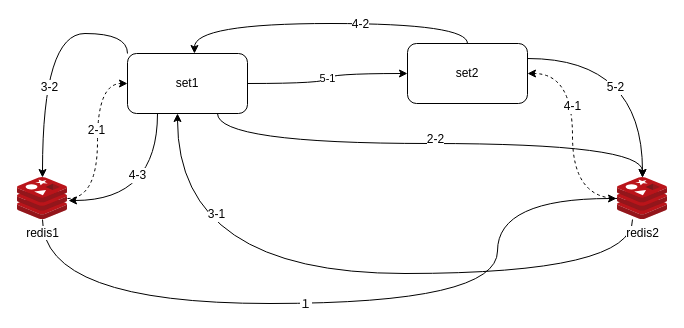
Earlier version of the draw.io diagram doc/img/Two-way_synchronization.drawio (TraceNature/redissyncer-server). Source tidied: cells renumbered, new cells numbered last; positions are measured from the earlier drawing's top-left corner, leaving out a move shared by most shapes. Both pictures are drawn from the tidied source at 100%, with x=0, y=0 at pixel (17, 43).
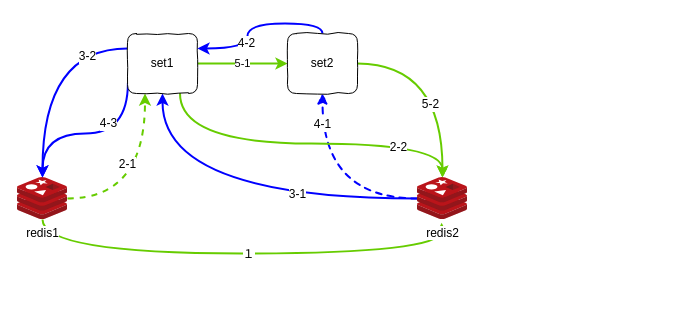
After the change.

The change refers to these unchanged cells:
```xml
<mxCell id="6" value="redis1" style="html=1;points=[];align=center;image;fontSize=12;image=img/lib/mscae/Cache_Redis_Product.svg;" parent="1" vertex="1">
  <mxGeometry y="134" width="50" height="42" as="geometry" />
</mxCell>
```

Diff of the diagram source:
```diff
@@
-    <mxCell id="2" style="edgeStyle=orthogonalEdgeStyle;rounded=0;jettySize=auto;html=1;entryX=-0.02;entryY=0.5;entryDx=0;entryDy=0;entryPerimeter=0;curved=1;" parent="1" edge="1" source="6" target="11">
+    <mxCell id="2" style="edgeStyle=orthogonalEdgeStyle;rounded=0;jettySize=auto;html=1;curved=1;entryX=0.483;entryY=1.078;entryDx=0;entryDy=0;entryPerimeter=0;strokeWidth=2;strokeColor=#66CC00;" parent="1" edge="1" source="6" target="11">
       <mxGeometry relative="1" as="geometry">
         <Array as="points">
-          <mxPoint x="25" y="260" />
-          <mxPoint x="480" y="260" />
-          <mxPoint x="480" y="155" />
+          <mxPoint x="25" y="210" />
+          <mxPoint x="424" y="210" />
         </Array>
       </mxGeometry>
     </mxCell>
     <mxCell id="3" value="１" style="text;html=1;align=center;verticalAlign=middle;labelBackgroundColor=#ffffff;" parent="2" vertex="1">
       <mxGeometry x="0.18" y="2" relative="1" as="geometry">
-        <mxPoint x="-104" y="2" as="offset" />
+        <mxPoint x="-34.9" y="2" as="offset" />
       </mxGeometry>
     </mxCell>
-    <mxCell id="4" style="edgeStyle=orthogonalEdgeStyle;curved=1;rounded=0;jettySize=auto;html=1;entryX=0;entryY=0.5;entryDx=0;entryDy=0;dashed=1;" parent="1" edge="1" source="6" target="19">
+    <mxCell id="4" style="edgeStyle=orthogonalEdgeStyle;curved=1;rounded=0;jettySize=auto;html=1;entryX=0.25;entryY=1;entryDx=0;entryDy=0;dashed=1;strokeWidth=2;strokeColor=#66CC00;" parent="1" edge="1" source="6" target="19">
       <mxGeometry relative="1" as="geometry" />
     </mxCell>
     <mxCell id="5" value="2-1" style="text;html=1;align=center;verticalAlign=middle;labelBackgroundColor=#ffffff;" parent="4" vertex="1">
-      <mxGeometry x="0.13" y="2" relative="1" as="geometry" />
+      <mxGeometry x="0.13" y="2" relative="1" as="geometry">
+        <mxPoint x="-15.6" y="-9.4" as="offset" />
+      </mxGeometry>
     </mxCell>
@@
-    <mxCell id="7" style="edgeStyle=orthogonalEdgeStyle;curved=1;rounded=0;jettySize=auto;html=1;entryX=1;entryY=0.5;entryDx=0;entryDy=0;dashed=1;" parent="1" edge="1" source="11" target="24">
-      <mxGeometry relative="1" as="geometry" />
+    <mxCell id="7" style="edgeStyle=orthogonalEdgeStyle;curved=1;rounded=0;jettySize=auto;html=1;entryX=0.5;entryY=1;entryDx=0;entryDy=0;dashed=1;comic=1;strokeColor=#0000FF;strokeWidth=2;" parent="1" edge="1" source="11" target="24">
+      <mxGeometry relative="1" as="geometry">
+        <Array as="points">
+          <mxPoint x="305" y="155" />
+        </Array>
+      </mxGeometry>
     </mxCell>
     <mxCell id="8" value="4-1" style="text;html=1;align=center;verticalAlign=middle;labelBackgroundColor=#ffffff;" parent="7" vertex="1">
-      <mxGeometry x="0.28" y="1" relative="1" as="geometry" />
+      <mxGeometry x="0.28" y="1" relative="1" as="geometry">
+        <mxPoint x="0.7" y="-42" as="offset" />
+      </mxGeometry>
     </mxCell>
-    <mxCell id="9" style="edgeStyle=orthogonalEdgeStyle;curved=1;rounded=0;orthogonalLoop=1;jettySize=auto;html=1;entryX=0.5;entryY=1;entryDx=0;entryDy=0;" parent="1" edge="1">
+    <mxCell id="9" style="edgeStyle=orthogonalEdgeStyle;curved=1;rounded=0;jettySize=auto;html=1;entryX=0.5;entryY=1;entryDx=0;entryDy=0;strokeColor=#0000FF;strokeWidth=2;" parent="1" edge="1" source="11" target="19">
       <mxGeometry relative="1" as="geometry">
-        <mxPoint x="615" y="176" as="sourcePoint" />
-        <mxPoint x="160" y="70" as="targetPoint" />
         <Array as="points">
-          <mxPoint x="615" y="230" />
-          <mxPoint x="160" y="230" />
+          <mxPoint x="145" y="155" />
         </Array>
       </mxGeometry>
     </mxCell>
     <mxCell id="10" value="3-1" style="text;html=1;align=center;verticalAlign=middle;labelBackgroundColor=#ffffff;" parent="9" vertex="1">
-      <mxGeometry x="0.7" y="-38" relative="1" as="geometry" />
+      <mxGeometry x="0.7" y="-38" relative="1" as="geometry">
+        <mxPoint x="96.7" y="46.3" as="offset" />
+      </mxGeometry>
     </mxCell>
     <mxCell id="11" value="redis2" style="html=1;points=[];align=center;image;fontSize=12;image=img/lib/mscae/Cache_Redis_Product.svg;" parent="1" vertex="1">
-      <mxGeometry x="600" y="134" width="50" height="42" as="geometry" />
+      <mxGeometry x="400" y="134" width="50" height="42" as="geometry" />
     </mxCell>
-    <mxCell id="12" style="edgeStyle=orthogonalEdgeStyle;curved=1;rounded=0;jettySize=auto;html=1;exitX=0.75;exitY=1;exitDx=0;exitDy=0;" parent="1" edge="1" source="19" target="11">
+    <mxCell id="12" style="edgeStyle=orthogonalEdgeStyle;curved=1;rounded=0;jettySize=auto;html=1;exitX=0.75;exitY=1;exitDx=0;exitDy=0;comic=1;strokeWidth=2;strokeColor=#66CC00;" parent="1" edge="1" source="19" target="11">
       <mxGeometry relative="1" as="geometry">
         <Array as="points">
-          <mxPoint x="200" y="100" />
-          <mxPoint x="625" y="100" />
+          <mxPoint x="162" y="100" />
+          <mxPoint x="425" y="100" />
         </Array>
       </mxGeometry>
     </mxCell>
     <mxCell id="13" value="2-2" style="text;html=1;align=center;verticalAlign=middle;labelBackgroundColor=#ffffff;" parent="12" vertex="1">
-      <mxGeometry x="0.01" y="5" relative="1" as="geometry" />
+      <mxGeometry x="0.01" y="5" relative="1" as="geometry">
+        <mxPoint x="93" y="8.4" as="offset" />
+      </mxGeometry>
     </mxCell>
-    <mxCell id="14" style="edgeStyle=orthogonalEdgeStyle;curved=1;rounded=0;jettySize=auto;html=1;exitX=0;exitY=0;exitDx=0;exitDy=0;" parent="1" edge="1" source="19" target="6">
-      <mxGeometry relative="1" as="geometry" />
+    <mxCell id="14" style="edgeStyle=orthogonalEdgeStyle;curved=1;rounded=0;jettySize=auto;html=1;exitX=0;exitY=0.25;exitDx=0;exitDy=0;strokeColor=#0000FF;strokeWidth=2;" parent="1" edge="1" source="19" target="6">
+      <mxGeometry relative="1" as="geometry">
+        <Array as="points">
+          <mxPoint x="25" y="5" />
+        </Array>
+      </mxGeometry>
     </mxCell>
     <mxCell id="15" value="3-2" style="text;html=1;align=center;verticalAlign=middle;labelBackgroundColor=#ffffff;" parent="14" vertex="1">
-      <mxGeometry x="0.27" y="6" relative="1" as="geometry" />
+      <mxGeometry x="0.27" y="6" relative="1" as="geometry">
+        <mxPoint x="38.7" y="-43.9" as="offset" />
+      </mxGeometry>
     </mxCell>
-    <mxCell id="16" style="edgeStyle=orthogonalEdgeStyle;curved=1;rounded=0;jettySize=auto;html=1;exitX=0.25;exitY=1;exitDx=0;exitDy=0;entryX=1.02;entryY=0.548;entryDx=0;entryDy=0;entryPerimeter=0;" parent="1" edge="1" source="19" target="6">
-      <mxGeometry relative="1" as="geometry" />
+    <mxCell id="16" style="edgeStyle=orthogonalEdgeStyle;curved=1;rounded=0;jettySize=auto;html=1;exitX=0.006;exitY=0.821;exitDx=0;exitDy=0;strokeColor=#0000FF;strokeWidth=2;exitPerimeter=0;" parent="1" edge="1" source="19" target="6">
+      <mxGeometry relative="1" as="geometry">
+        <Array as="points">
+          <mxPoint x="110" y="90" />
+          <mxPoint x="25" y="90" />
+        </Array>
+      </mxGeometry>
     </mxCell>
     <mxCell id="17" value="4-3" style="text;html=1;align=center;verticalAlign=middle;labelBackgroundColor=#ffffff;" parent="16" vertex="1">
-      <mxGeometry x="-0.31" y="-21" relative="1" as="geometry" />
+      <mxGeometry x="-0.31" y="-21" relative="1" as="geometry">
+        <mxPoint x="-9" y="10.9" as="offset" />
+      </mxGeometry>
     </mxCell>
-    <mxCell id="18" value="5-1" style="edgeStyle=orthogonalEdgeStyle;curved=1;rounded=0;jettySize=auto;html=1;exitX=1;exitY=0.5;exitDx=0;exitDy=0;entryX=0;entryY=0.5;entryDx=0;entryDy=0;" parent="1" edge="1" source="19" target="24">
+    <mxCell id="18" value="5-1" style="edgeStyle=orthogonalEdgeStyle;curved=1;rounded=0;jettySize=auto;html=1;exitX=1;exitY=0.5;exitDx=0;exitDy=0;entryX=0;entryY=0.5;entryDx=0;entryDy=0;strokeColor=#66CC00;strokeWidth=2;" parent="1" edge="1" source="19" target="24">
       <mxGeometry relative="1" as="geometry" />
     </mxCell>
-    <mxCell id="19" value="set1" style="rounded=1;whiteSpace=wrap;html=1;" parent="1" vertex="1">
-      <mxGeometry x="110" y="10" width="120" height="60" as="geometry" />
+    <mxCell id="19" value="set1" style="rounded=1;whiteSpace=wrap;html=1;comic=1;" parent="1" vertex="1">
+      <mxGeometry x="110" y="-10" width="70" height="60" as="geometry" />
     </mxCell>
-    <mxCell id="20" style="edgeStyle=orthogonalEdgeStyle;curved=1;rounded=0;jettySize=auto;html=1;exitX=0.5;exitY=0;exitDx=0;exitDy=0;entryX=0.558;entryY=0;entryDx=0;entryDy=0;entryPerimeter=0;" parent="1" edge="1" source="24" target="19">
-      <mxGeometry relative="1" as="geometry" />
+    <mxCell id="20" style="edgeStyle=orthogonalEdgeStyle;curved=1;rounded=0;jettySize=auto;html=1;exitX=0.5;exitY=0;exitDx=0;exitDy=0;entryX=1;entryY=0.25;entryDx=0;entryDy=0;strokeColor=#0000FF;strokeWidth=2;" parent="1" edge="1" source="24" target="19">
+      <mxGeometry relative="1" as="geometry">
+        <Array as="points">
+          <mxPoint x="305" y="-20" />
+          <mxPoint x="230" y="-20" />
+          <mxPoint x="230" y="5" />
+        </Array>
+      </mxGeometry>
     </mxCell>
     <mxCell id="21" value="4-2" style="text;html=1;align=center;verticalAlign=middle;labelBackgroundColor=#ffffff;" parent="20" vertex="1">
-      <mxGeometry x="-0.21" relative="1" as="geometry" />
+      <mxGeometry x="-0.21" relative="1" as="geometry">
+        <mxPoint x="-23.9" y="19.9" as="offset" />
+      </mxGeometry>
     </mxCell>
-    <mxCell id="22" style="edgeStyle=orthogonalEdgeStyle;curved=1;rounded=0;jettySize=auto;html=1;exitX=1;exitY=0.25;exitDx=0;exitDy=0;" parent="1" edge="1" source="24" target="11">
-      <mxGeometry relative="1" as="geometry" />
+    <mxCell id="22" style="edgeStyle=orthogonalEdgeStyle;curved=1;rounded=0;jettySize=auto;html=1;comic=0;strokeColor=#66CC00;strokeWidth=2;" parent="1" edge="1" target="11">
+      <mxGeometry relative="1" as="geometry">
+        <mxPoint x="340" y="20" as="sourcePoint" />
+      </mxGeometry>
     </mxCell>
     <mxCell id="23" value="5-2" style="text;html=1;align=center;verticalAlign=middle;labelBackgroundColor=#ffffff;" parent="22" vertex="1">
-      <mxGeometry x="-0.26" y="-28" relative="1" as="geometry" />
+      <mxGeometry x="-0.26" y="-28" relative="1" as="geometry">
+        <mxPoint y="12.1" as="offset" />
+      </mxGeometry>
     </mxCell>
-    <mxCell id="24" value="set2" style="rounded=1;whiteSpace=wrap;html=1;" parent="1" vertex="1">
-      <mxGeometry x="390" width="120" height="60" as="geometry" />
+    <mxCell id="24" value="set2" style="rounded=1;whiteSpace=wrap;html=1;comic=1;" parent="1" vertex="1">
+      <mxGeometry x="270" y="-10" width="70" height="60" as="geometry" />
     </mxCell>
```
